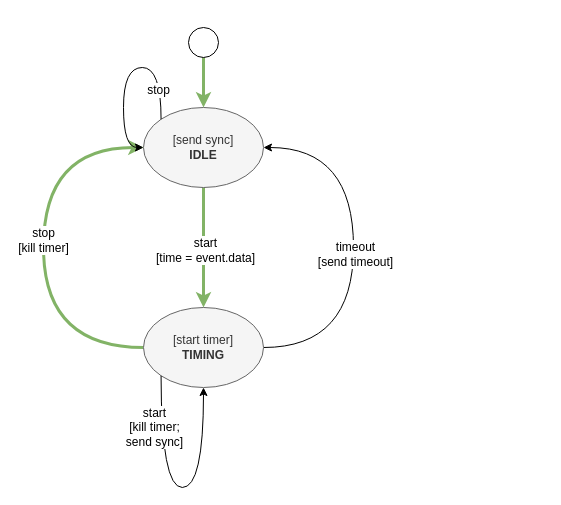
guitarvydas/ag-js-3 keeps this draw.io diagram as page "Timer State Machine" (3 of 8) of drawing.drawio. Above is the earlier version. Source tidied: cells renumbered, new cells numbered last; positions are measured from the earlier drawing's top-left corner, leaving out a move shared by most shapes. Both pictures are drawn from the tidied source at 100%, with x=0, y=0 at pixel (43, 27).
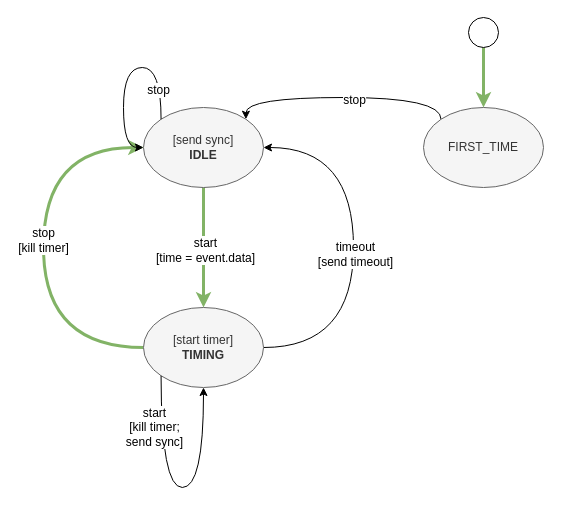
Above is the later version.

The change refers to these unchanged cells:
```xml
<mxCell id="4" value="[send sync]&lt;br&gt;&lt;b&gt;IDLE&lt;/b&gt;" style="ellipse;whiteSpace=wrap;html=1;fillColor=#f5f5f5;strokeColor=#666666;fontColor=#333333;" parent="1" vertex="1">
  <mxGeometry x="100" y="80" width="120" height="80" as="geometry" />
</mxCell>
```

What changed in the source:
```diff
@@
-    <mxCell id="12" style="edgeStyle=orthogonalEdgeStyle;curved=1;jettySize=auto;html=1;fillColor=#d5e8d4;strokeColor=#82b366;strokeWidth=3;" parent="1" edge="1" source="13" target="4">
-      <mxGeometry relative="1" as="geometry" />
-    </mxCell>
-    <mxCell id="13" style="ellipse;whiteSpace=wrap;html=1;" parent="1" vertex="1">
-      <mxGeometry x="145" width="30" height="30" as="geometry" />
-    </mxCell>
@@
+    <mxCell id="16" style="edgeStyle=orthogonalEdgeStyle;curved=1;jettySize=auto;html=1;fillColor=#d5e8d4;strokeColor=#82b366;strokeWidth=3;entryX=0.5;entryY=0;entryDx=0;entryDy=0;" parent="1" edge="1" source="17" target="20">
+      <mxGeometry relative="1" as="geometry" />
+    </mxCell>
+    <mxCell id="17" style="ellipse;whiteSpace=wrap;html=1;" parent="1" vertex="1">
+      <mxGeometry x="425" y="-10" width="30" height="30" as="geometry" />
+    </mxCell>
+    <mxCell id="18" style="edgeStyle=orthogonalEdgeStyle;curved=1;jettySize=auto;html=1;exitX=0;exitY=0;exitDx=0;exitDy=0;entryX=1;entryY=0;entryDx=0;entryDy=0;strokeWidth=1;" parent="1" edge="1" source="20" target="4">
+      <mxGeometry relative="1" as="geometry">
+        <Array as="points">
+          <mxPoint x="398" y="70" />
+          <mxPoint x="202" y="70" />
+        </Array>
+      </mxGeometry>
+    </mxCell>
+    <mxCell id="19" value="stop" style="text;html=1;align=center;verticalAlign=middle;labelBackgroundColor=#ffffff;" parent="18" vertex="1">
+      <mxGeometry x="-0.37" y="2" relative="1" as="geometry">
+        <mxPoint x="-34" as="offset" />
+      </mxGeometry>
+    </mxCell>
+    <mxCell id="20" value="FIRST_TIME" style="ellipse;whiteSpace=wrap;html=1;fillColor=#f5f5f5;strokeColor=#666666;fontColor=#333333;" parent="1" vertex="1">
+      <mxGeometry x="380" y="80" width="120" height="80" as="geometry" />
+    </mxCell>
```
